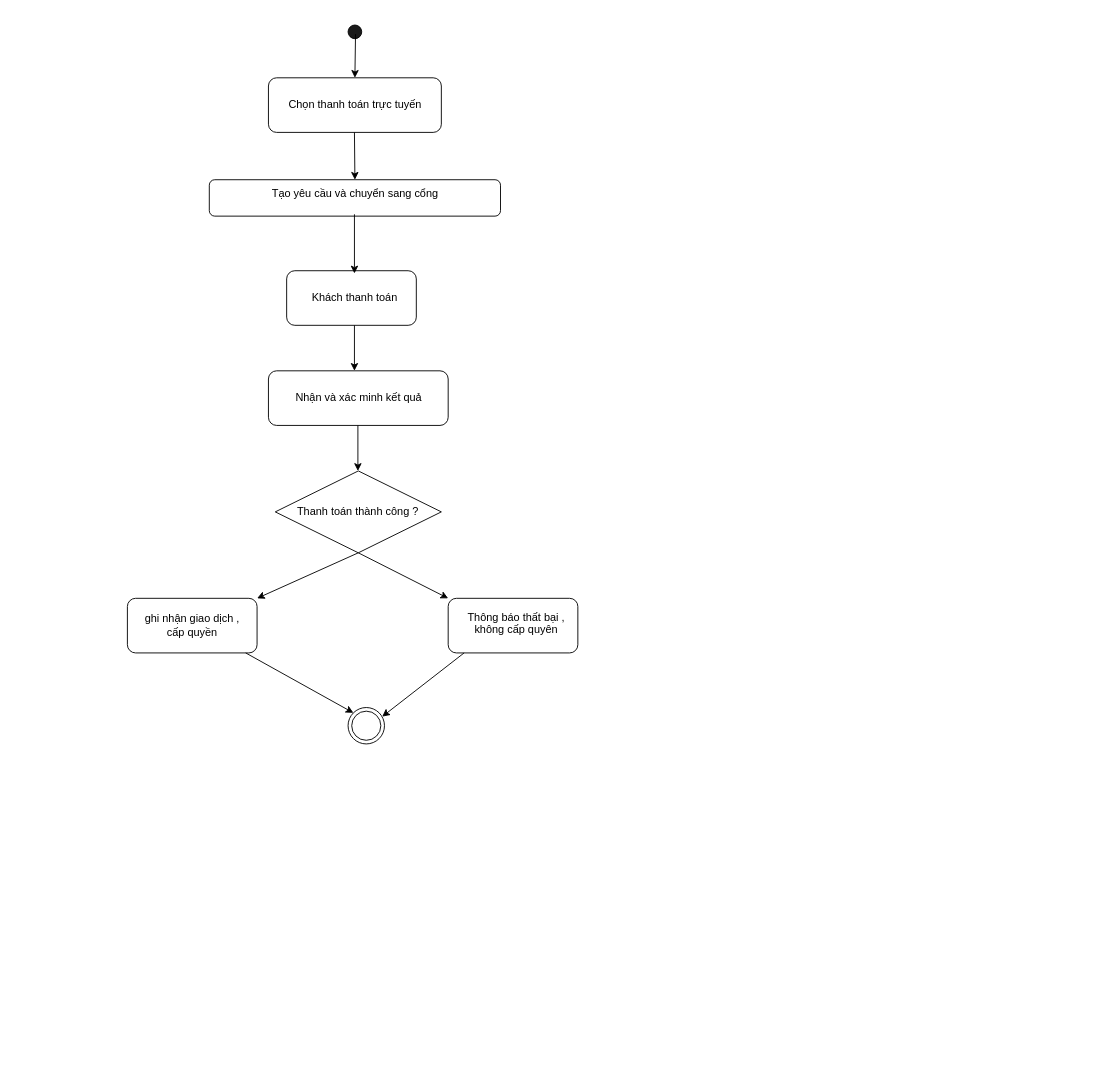
Above: docs/diagram/activity/UC-01_Activity.drawio in Kazuken123/prj_sgu26_cnpm (draw.io), before the change. Source tidied: cells renumbered, new cells numbered last; positions are measured from the earlier drawing's top-left corner, leaving out a move shared by most shapes. Both pictures are drawn from the tidied source at 91%, with x=0, y=0 at pixel (127, 25).
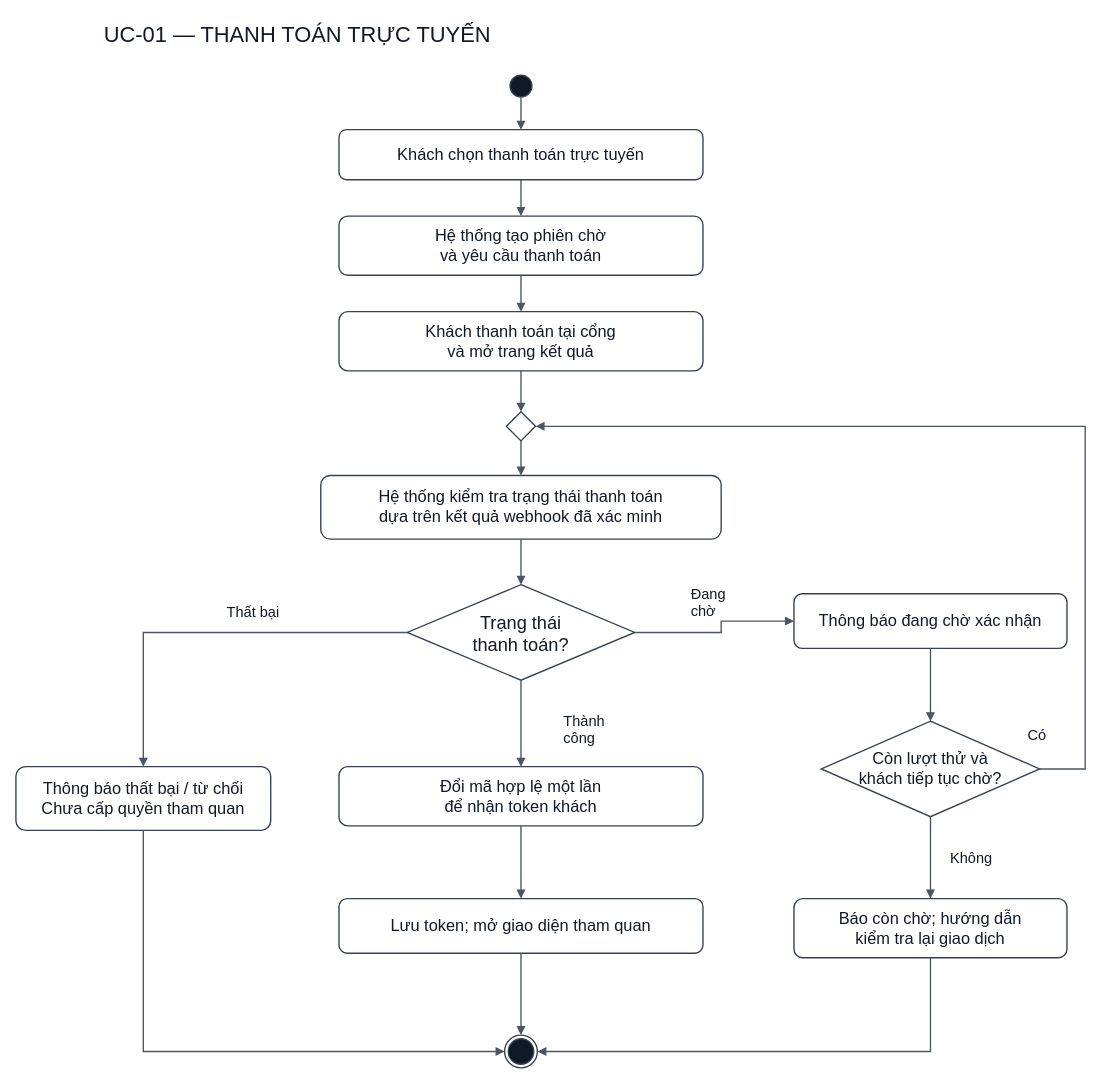
Above is the later version.

Diff of the diagram source:
```diff
@@
-    <mxCell id="2" style="ellipse;whiteSpace=wrap;html=1;shapeInside=1;fillColor=#1A1A1A;" parent="1" vertex="1">
-      <mxGeometry x="242" width="15" height="15" as="geometry" />
-    </mxCell>
-    <mxCell id="3" style="rounded=1;whiteSpace=wrap;html=1;roundedPerimeter=1;" parent="1" vertex="1">
-      <mxGeometry x="154.5" y="58" width="190" height="60" as="geometry" />
-    </mxCell>
-    <mxCell id="4" style="rounded=1;whiteSpace=wrap;html=1;roundedPerimeter=1;" parent="1" vertex="1">
-      <mxGeometry x="89.5" y="170" width="320" height="40" as="geometry" />
-    </mxCell>
-    <mxCell id="5" style="rounded=1;whiteSpace=wrap;html=1;roundedPerimeter=1;" parent="1" vertex="1">
-      <mxGeometry x="174.5" y="270" width="142.5" height="60" as="geometry" />
-    </mxCell>
-    <mxCell id="6" style="rounded=1;whiteSpace=wrap;html=1;roundedPerimeter=1;" parent="1" vertex="1">
-      <mxGeometry x="154.5" y="380" width="197.5" height="60" as="geometry" />
-    </mxCell>
-    <mxCell id="7" value="Chọn thanh toán trực tuyến" style="text;html=1;whiteSpace=wrap;strokeColor=none;fillColor=none;align=center;verticalAlign=middle;rounded=0;" parent="1" vertex="1">
-      <mxGeometry x="174.5" y="73" width="150" height="30" as="geometry" />
-    </mxCell>
-    <mxCell id="8" style="endArrow=classic;html=1;rounded=0;entryX=0.5;entryY=0;entryDx=0;entryDy=0;" parent="1" edge="1" target="3">
-      <mxGeometry relative="1" as="geometry">
-        <mxPoint x="250.2" y="10" as="sourcePoint" />
-      </mxGeometry>
-    </mxCell>
-    <mxCell id="9" value="Tạo yêu cầu và chuyển sang cổng" style="text;html=1;whiteSpace=wrap;strokeColor=none;fillColor=none;align=center;verticalAlign=middle;rounded=0;" parent="1" vertex="1">
-      <mxGeometry x="129.5" y="170" width="240" height="30" as="geometry" />
-    </mxCell>
-    <mxCell id="10" style="endArrow=classic;html=1;rounded=0;entryX=0.5;entryY=0;entryDx=0;entryDy=0;" parent="1" edge="1" target="9">
-      <mxGeometry relative="1" as="geometry">
-        <mxPoint x="249" y="118" as="sourcePoint" />
-      </mxGeometry>
-    </mxCell>
-    <mxCell id="11" value="Khách thanh toán" style="text;html=1;whiteSpace=wrap;strokeColor=none;fillColor=none;align=center;verticalAlign=middle;rounded=0;" parent="1" vertex="1">
-      <mxGeometry x="198.2" y="280" width="102.5" height="40" as="geometry" />
-    </mxCell>
-    <mxCell id="12" style="endArrow=classic;html=1;rounded=0;" parent="1" edge="1">
-      <mxGeometry relative="1" as="geometry">
-        <mxPoint x="249" y="208" as="sourcePoint" />
-        <mxPoint x="249" y="273" as="targetPoint" />
-      </mxGeometry>
-    </mxCell>
-    <mxCell id="13" style="endArrow=classic;html=1;rounded=0;" parent="1" edge="1">
-      <mxGeometry relative="1" as="geometry">
-        <mxPoint x="249" y="330" as="sourcePoint" />
-        <mxPoint x="249" y="380" as="targetPoint" />
-      </mxGeometry>
-    </mxCell>
-    <mxCell id="14" value="Nhận và xác minh kết quả" style="text;html=1;whiteSpace=wrap;strokeColor=none;fillColor=none;align=center;verticalAlign=middle;rounded=0;" parent="1" vertex="1">
-      <mxGeometry x="174.5" y="395" width="157.5" height="30" as="geometry" />
-    </mxCell>
-    <mxCell id="15" style="rhombus;whiteSpace=wrap;html=1;shapeInside=1;" parent="1" vertex="1">
-      <mxGeometry x="162" y="490" width="182.5" height="90" as="geometry" />
-    </mxCell>
-    <mxCell id="16" value="Thanh toán thành công ?" style="text;html=1;whiteSpace=wrap;strokeColor=none;fillColor=none;align=center;verticalAlign=middle;rounded=0;" parent="1" vertex="1">
-      <mxGeometry x="178.2" y="520" width="150" height="30" as="geometry" />
-    </mxCell>
-    <mxCell id="17" style="rounded=1;whiteSpace=wrap;html=1;roundedPerimeter=1;" parent="1" vertex="1">
-      <mxGeometry x="-0.5" y="630" width="142.5" height="60" as="geometry" />
-    </mxCell>
-    <mxCell id="18" style="rounded=1;whiteSpace=wrap;html=1;roundedPerimeter=1;" parent="1" vertex="1">
-      <mxGeometry x="352" y="630" width="142.5" height="60" as="geometry" />
-    </mxCell>
-    <mxCell id="19" style="ellipse;shape=doubleEllipse;whiteSpace=wrap;html=1;" parent="1" vertex="1">
-      <mxGeometry x="242" y="750" width="40" height="40" as="geometry" />
-    </mxCell>
-    <mxCell id="20" style="endArrow=classic;html=1;rounded=0;entryX=1;entryY=0;entryDx=0;entryDy=0;exitX=0.5;exitY=1;exitDx=0;exitDy=0;" parent="1" edge="1" source="15" target="17">
-      <mxGeometry relative="1" as="geometry" />
-    </mxCell>
-    <mxCell id="21" style="endArrow=classic;html=1;rounded=0;entryX=0;entryY=0;entryDx=0;entryDy=0;exitX=0.5;exitY=1;exitDx=0;exitDy=0;" parent="1" edge="1" source="15" target="18">
-      <mxGeometry relative="1" as="geometry" />
-    </mxCell>
-    <mxCell id="22" style="endArrow=classic;html=1;rounded=0;" parent="1" edge="1">
-      <mxGeometry relative="1" as="geometry">
-        <mxPoint x="252.8" y="440" as="sourcePoint" />
-        <mxPoint x="252.8" y="490" as="targetPoint" />
-        <Array as="points">
-          <mxPoint x="252.8" y="490" />
-        </Array>
-      </mxGeometry>
-    </mxCell>
-    <mxCell id="23" style="endArrow=classic;html=1;rounded=0;entryX=0;entryY=0;entryDx=0;entryDy=0;" parent="1" edge="1" target="19">
-      <mxGeometry relative="1" as="geometry">
-        <mxPoint x="129.5" y="690" as="sourcePoint" />
-      </mxGeometry>
-    </mxCell>
-    <mxCell id="24" style="endArrow=classic;html=1;rounded=0;" parent="1" edge="1">
-      <mxGeometry relative="1" as="geometry">
-        <mxPoint x="369.5" y="690" as="sourcePoint" />
-        <mxPoint x="279.5" y="760" as="targetPoint" />
-      </mxGeometry>
-    </mxCell>
-    <mxCell id="25" value="ghi nhận giao dịch , cấp quyền" style="text;html=1;whiteSpace=wrap;strokeColor=none;fillColor=none;align=center;verticalAlign=middle;rounded=0;" parent="1" vertex="1">
-      <mxGeometry x="15.8" y="645" width="110" height="30" as="geometry" />
-    </mxCell>
-    <mxCell id="26" value="Thông báo thất bại , không cấp quyên&lt;div&gt;&lt;br&gt;&lt;/div&gt;" style="text;html=1;whiteSpace=wrap;strokeColor=none;fillColor=none;align=center;verticalAlign=middle;rounded=0;" parent="1" vertex="1">
-      <mxGeometry x="372" y="650" width="110" height="30" as="geometry" />
-    </mxCell>
+    <mxCell id="27" value="UC-01 — THANH TOÁN TRỰC TUYẾN" style="html=1;whiteSpace=wrap;fontFamily=Arial;fontSize=24;fontColor=#111827;strokeColor=#374151;fillColor=#FFFFFF;strokeWidth=1.5;text;strokeColor=none;fillColor=none;" parent="1" vertex="1">
+      <mxGeometry x="-28" y="-10" width="970" height="45" as="geometry" />
+    </mxCell>
+    <mxCell id="28" style="html=1;whiteSpace=wrap;fontFamily=Arial;fontSize=18;fontColor=#111827;strokeColor=#374151;fillColor=#FFFFFF;strokeWidth=1.5;ellipse;fillColor=#111827;" parent="1" vertex="1">
+      <mxGeometry x="420" y="55" width="24" height="24" as="geometry" />
+    </mxCell>
+    <mxCell id="29" value="Khách chọn thanh toán trực tuyến" style="html=1;whiteSpace=wrap;fontFamily=Arial;fontSize=18;fontColor=#111827;strokeColor=#374151;fillColor=#FFFFFF;strokeWidth=1.5;rounded=1;arcSize=15;" parent="1" vertex="1">
+      <mxGeometry x="232" y="115" width="400" height="55" as="geometry" />
+    </mxCell>
+    <mxCell id="30" value="Hệ thống tạo phiên chờ&lt;br&gt;và yêu cầu thanh toán" style="html=1;whiteSpace=wrap;fontFamily=Arial;fontSize=18;fontColor=#111827;strokeColor=#374151;fillColor=#FFFFFF;strokeWidth=1.5;rounded=1;arcSize=15;" parent="1" vertex="1">
+      <mxGeometry x="232" y="210" width="400" height="65" as="geometry" />
+    </mxCell>
+    <mxCell id="31" value="Khách thanh toán tại cổng&lt;br&gt;và mở trang kết quả" style="html=1;whiteSpace=wrap;fontFamily=Arial;fontSize=18;fontColor=#111827;strokeColor=#374151;fillColor=#FFFFFF;strokeWidth=1.5;rounded=1;arcSize=15;" parent="1" vertex="1">
+      <mxGeometry x="232" y="315" width="400" height="65" as="geometry" />
+    </mxCell>
+    <mxCell id="32" style="html=1;whiteSpace=wrap;fontFamily=Arial;fontSize=18;fontColor=#111827;strokeColor=#374151;fillColor=#FFFFFF;strokeWidth=1.5;rhombus;" parent="1" vertex="1">
+      <mxGeometry x="416" y="425" width="32" height="32" as="geometry" />
+    </mxCell>
+    <mxCell id="33" value="Hệ thống kiểm tra trạng thái thanh toán&lt;br&gt;dựa trên kết quả webhook đã xác minh" style="html=1;whiteSpace=wrap;fontFamily=Arial;fontSize=18;fontColor=#111827;strokeColor=#374151;fillColor=#FFFFFF;strokeWidth=1.5;rounded=1;arcSize=15;" parent="1" vertex="1">
+      <mxGeometry x="212" y="495" width="440" height="70" as="geometry" />
+    </mxCell>
+    <mxCell id="34" value="Trạng thái&lt;br&gt;thanh toán?" style="html=1;whiteSpace=wrap;fontFamily=Arial;fontSize=20;fontColor=#111827;strokeColor=#374151;fillColor=#FFFFFF;strokeWidth=1.5;rhombus;" parent="1" vertex="1">
+      <mxGeometry x="307" y="615" width="250" height="105" as="geometry" />
+    </mxCell>
+    <mxCell id="35" value="Đổi mã hợp lệ một lần&lt;br&gt;để nhận token khách" style="html=1;whiteSpace=wrap;fontFamily=Arial;fontSize=18;fontColor=#111827;strokeColor=#374151;fillColor=#FFFFFF;strokeWidth=1.5;rounded=1;arcSize=15;" parent="1" vertex="1">
+      <mxGeometry x="232" y="815" width="400" height="65" as="geometry" />
+    </mxCell>
+    <mxCell id="36" value="Lưu token; mở giao diện tham quan" style="html=1;whiteSpace=wrap;fontFamily=Arial;fontSize=18;fontColor=#111827;strokeColor=#374151;fillColor=#FFFFFF;strokeWidth=1.5;rounded=1;arcSize=15;" parent="1" vertex="1">
+      <mxGeometry x="232" y="960" width="400" height="60" as="geometry" />
+    </mxCell>
+    <mxCell id="37" value="Thông báo thất bại / từ chối&lt;br&gt;Chưa cấp quyền tham quan" style="html=1;whiteSpace=wrap;fontFamily=Arial;fontSize=18;fontColor=#111827;strokeColor=#374151;fillColor=#FFFFFF;strokeWidth=1.5;rounded=1;arcSize=15;" parent="1" vertex="1">
+      <mxGeometry x="-123" y="815" width="280" height="70" as="geometry" />
+    </mxCell>
+    <mxCell id="38" value="Thông báo đang chờ xác nhận" style="html=1;whiteSpace=wrap;fontFamily=Arial;fontSize=18;fontColor=#111827;strokeColor=#374151;fillColor=#FFFFFF;strokeWidth=1.5;rounded=1;arcSize=15;" parent="1" vertex="1">
+      <mxGeometry x="732" y="625" width="300" height="60" as="geometry" />
+    </mxCell>
+    <mxCell id="39" value="Còn lượt thử và&lt;br&gt;khách tiếp tục chờ?" style="html=1;whiteSpace=wrap;fontFamily=Arial;fontSize=18;fontColor=#111827;strokeColor=#374151;fillColor=#FFFFFF;strokeWidth=1.5;rhombus;" parent="1" vertex="1">
+      <mxGeometry x="762" y="765" width="240" height="105" as="geometry" />
+    </mxCell>
+    <mxCell id="40" value="Báo còn chờ; hướng dẫn&lt;br&gt;kiểm tra lại giao dịch" style="html=1;whiteSpace=wrap;fontFamily=Arial;fontSize=18;fontColor=#111827;strokeColor=#374151;fillColor=#FFFFFF;strokeWidth=1.5;rounded=1;arcSize=15;" parent="1" vertex="1">
+      <mxGeometry x="732" y="960" width="300" height="65" as="geometry" />
+    </mxCell>
+    <mxCell id="41" style="html=1;whiteSpace=wrap;fontFamily=Arial;fontSize=18;fontColor=#111827;strokeColor=#374151;fillColor=#FFFFFF;strokeWidth=1.5;ellipse;shape=endState;fillColor=#111827;" parent="1" vertex="1">
+      <mxGeometry x="414" y="1110" width="36" height="36" as="geometry" />
+    </mxCell>
+    <mxCell id="42" style="html=1;rounded=0;endArrow=block;endFill=1;strokeColor=#4B5563;strokeWidth=1.5;fontFamily=Arial;fontSize=17;exitX=0.5;exitY=1.0;exitPerimeter=0;entryX=0.5;entryY=0.0;entryPerimeter=0;" parent="1" edge="1" source="28" target="29">
+      <mxGeometry relative="1" as="geometry" />
+    </mxCell>
+    <mxCell id="43" style="html=1;rounded=0;endArrow=block;endFill=1;strokeColor=#4B5563;strokeWidth=1.5;fontFamily=Arial;fontSize=17;exitX=0.5;exitY=1.0;exitPerimeter=0;entryX=0.5;entryY=0.0;entryPerimeter=0;" parent="1" edge="1" source="29" target="30">
+      <mxGeometry relative="1" as="geometry" />
+    </mxCell>
+    <mxCell id="44" style="html=1;rounded=0;endArrow=block;endFill=1;strokeColor=#4B5563;strokeWidth=1.5;fontFamily=Arial;fontSize=17;exitX=0.5;exitY=1.0;exitPerimeter=0;entryX=0.5;entryY=0.0;entryPerimeter=0;" parent="1" edge="1" source="30" target="31">
+      <mxGeometry relative="1" as="geometry" />
+    </mxCell>
+    <mxCell id="45" style="html=1;rounded=0;endArrow=block;endFill=1;strokeColor=#4B5563;strokeWidth=1.5;fontFamily=Arial;fontSize=17;exitX=0.5;exitY=1.0;exitPerimeter=0;entryX=0.5;entryY=0.0;entryPerimeter=0;" parent="1" edge="1" source="31" target="32">
+      <mxGeometry relative="1" as="geometry" />
+    </mxCell>
+    <mxCell id="46" style="html=1;rounded=0;endArrow=block;endFill=1;strokeColor=#4B5563;strokeWidth=1.5;fontFamily=Arial;fontSize=17;exitX=0.5;exitY=1.0;exitPerimeter=0;entryX=0.5;entryY=0.0;entryPerimeter=0;" parent="1" edge="1" source="32" target="33">
+      <mxGeometry relative="1" as="geometry" />
+    </mxCell>
+    <mxCell id="47" style="html=1;rounded=0;endArrow=block;endFill=1;strokeColor=#4B5563;strokeWidth=1.5;fontFamily=Arial;fontSize=17;exitX=0.5;exitY=1.0;exitPerimeter=0;entryX=0.5;entryY=0.0;entryPerimeter=0;" parent="1" edge="1" source="33" target="34">
+      <mxGeometry relative="1" as="geometry" />
+    </mxCell>
+    <mxCell id="48" style="html=1;rounded=0;endArrow=block;endFill=1;strokeColor=#4B5563;strokeWidth=1.5;fontFamily=Arial;fontSize=17;exitX=0.5;exitY=1.0;exitPerimeter=0;entryX=0.5;entryY=0.0;entryPerimeter=0;" parent="1" edge="1" source="34" target="35">
+      <mxGeometry relative="1" as="geometry" />
+    </mxCell>
+    <mxCell id="49" value="Thành công" style="html=1;whiteSpace=wrap;fontFamily=Arial;fontSize=16;fontColor=#111827;strokeColor=#374151;fillColor=#FFFFFF;strokeWidth=1.5;text;strokeColor=none;fillColor=none;" parent="1" vertex="1">
+      <mxGeometry x="477" y="749" width="70" height="25" as="geometry" />
+    </mxCell>
+    <mxCell id="50" style="html=1;rounded=0;endArrow=block;endFill=1;strokeColor=#4B5563;strokeWidth=1.5;fontFamily=Arial;fontSize=17;exitX=0.0;exitY=0.5;exitPerimeter=0;entryX=0.5;entryY=0.0;entryPerimeter=0;" parent="1" edge="1" source="34" target="37">
+      <mxGeometry relative="1" as="geometry">
+        <Array as="points">
+          <mxPoint x="17" y="667.5" />
+        </Array>
+      </mxGeometry>
+    </mxCell>
+    <mxCell id="51" value="Thất bại" style="html=1;whiteSpace=wrap;fontFamily=Arial;fontSize=16;fontColor=#111827;strokeColor=#374151;fillColor=#FFFFFF;strokeWidth=1.5;text;strokeColor=none;fillColor=none;" parent="1" vertex="1">
+      <mxGeometry x="107" y="629" width="70" height="25" as="geometry" />
+    </mxCell>
+    <mxCell id="52" style="html=1;rounded=0;endArrow=block;endFill=1;strokeColor=#4B5563;strokeWidth=1.5;fontFamily=Arial;fontSize=17;exitX=1.0;exitY=0.5;exitPerimeter=0;entryX=0.0;entryY=0.5;entryPerimeter=0;" parent="1" edge="1" source="34" target="38">
+      <mxGeometry relative="1" as="geometry">
+        <Array as="points">
+          <mxPoint x="652" y="667.5" />
+          <mxPoint x="652" y="655" />
+        </Array>
+      </mxGeometry>
+    </mxCell>
+    <mxCell id="53" value="Đang chờ" style="html=1;whiteSpace=wrap;fontFamily=Arial;fontSize=16;fontColor=#111827;strokeColor=#374151;fillColor=#FFFFFF;strokeWidth=1.5;text;strokeColor=none;fillColor=none;" parent="1" vertex="1">
+      <mxGeometry x="617" y="609" width="70" height="25" as="geometry" />
+    </mxCell>
+    <mxCell id="54" style="html=1;rounded=0;endArrow=block;endFill=1;strokeColor=#4B5563;strokeWidth=1.5;fontFamily=Arial;fontSize=17;exitX=0.5;exitY=1.0;exitPerimeter=0;entryX=0.5;entryY=0.0;entryPerimeter=0;" parent="1" edge="1" source="38" target="39">
+      <mxGeometry relative="1" as="geometry" />
+    </mxCell>
+    <mxCell id="55" style="html=1;rounded=0;endArrow=block;endFill=1;strokeColor=#4B5563;strokeWidth=1.5;fontFamily=Arial;fontSize=17;exitX=1.0;exitY=0.5;exitPerimeter=0;entryX=1.0;entryY=0.5;entryPerimeter=0;" parent="1" edge="1" source="39" target="32">
+      <mxGeometry relative="1" as="geometry">
+        <Array as="points">
+          <mxPoint x="1052" y="817.5" />
+          <mxPoint x="1052" y="441" />
+        </Array>
+      </mxGeometry>
+    </mxCell>
+    <mxCell id="56" value="Có" style="html=1;whiteSpace=wrap;fontFamily=Arial;fontSize=16;fontColor=#111827;strokeColor=#374151;fillColor=#FFFFFF;strokeWidth=1.5;text;strokeColor=none;fillColor=none;" parent="1" vertex="1">
+      <mxGeometry x="987" y="764" width="70" height="25" as="geometry" />
+    </mxCell>
+    <mxCell id="57" style="html=1;rounded=0;endArrow=block;endFill=1;strokeColor=#4B5563;strokeWidth=1.5;fontFamily=Arial;fontSize=17;exitX=0.5;exitY=1.0;exitPerimeter=0;entryX=0.5;entryY=0.0;entryPerimeter=0;" parent="1" edge="1" source="39" target="40">
+      <mxGeometry relative="1" as="geometry" />
+    </mxCell>
+    <mxCell id="58" value="Không" style="html=1;whiteSpace=wrap;fontFamily=Arial;fontSize=16;fontColor=#111827;strokeColor=#374151;fillColor=#FFFFFF;strokeWidth=1.5;text;strokeColor=none;fillColor=none;" parent="1" vertex="1">
+      <mxGeometry x="902" y="899" width="70" height="25" as="geometry" />
+    </mxCell>
+    <mxCell id="59" style="html=1;rounded=0;endArrow=block;endFill=1;strokeColor=#4B5563;strokeWidth=1.5;fontFamily=Arial;fontSize=17;exitX=0.5;exitY=1.0;exitPerimeter=0;entryX=0.5;entryY=0.0;entryPerimeter=0;" parent="1" edge="1" source="35" target="36">
+      <mxGeometry relative="1" as="geometry" />
+    </mxCell>
+    <mxCell id="60" style="html=1;rounded=0;endArrow=block;endFill=1;strokeColor=#4B5563;strokeWidth=1.5;fontFamily=Arial;fontSize=17;exitX=0.5;exitY=1.0;exitPerimeter=0;entryX=0.5;entryY=0.0;entryPerimeter=0;" parent="1" edge="1" source="36" target="41">
+      <mxGeometry relative="1" as="geometry" />
+    </mxCell>
+    <mxCell id="61" style="html=1;rounded=0;endArrow=block;endFill=1;strokeColor=#4B5563;strokeWidth=1.5;fontFamily=Arial;fontSize=17;exitX=0.5;exitY=1.0;exitPerimeter=0;entryX=0.0;entryY=0.5;entryPerimeter=0;" parent="1" edge="1" source="37" target="41">
+      <mxGeometry relative="1" as="geometry">
+        <Array as="points">
+          <mxPoint x="17" y="1128" />
+        </Array>
+      </mxGeometry>
+    </mxCell>
+    <mxCell id="62" style="html=1;rounded=0;endArrow=block;endFill=1;strokeColor=#4B5563;strokeWidth=1.5;fontFamily=Arial;fontSize=17;exitX=0.5;exitY=1.0;exitPerimeter=0;entryX=1.0;entryY=0.5;entryPerimeter=0;" parent="1" edge="1" source="40" target="41">
+      <mxGeometry relative="1" as="geometry">
+        <Array as="points">
+          <mxPoint x="882" y="1128" />
+        </Array>
+      </mxGeometry>
+    </mxCell>
```
